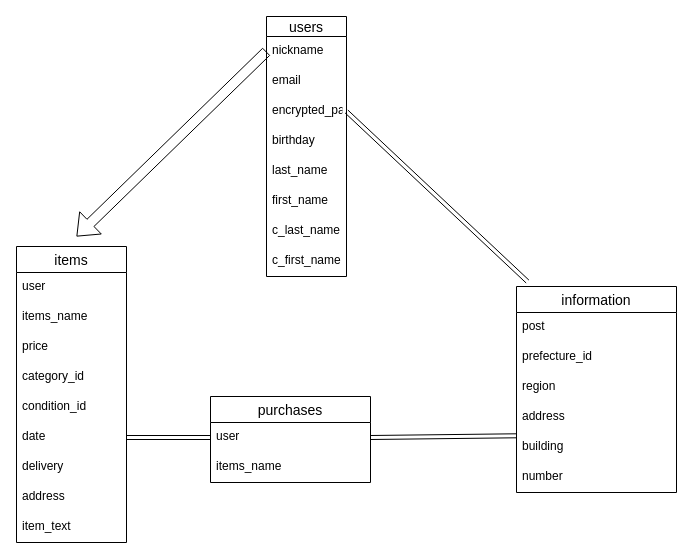
Above: a.dio in Haine15tot/furima-39498 (draw.io), before the change. Source tidied: cells renumbered, new cells numbered last; positions are measured from the earlier drawing's top-left corner, leaving out a move shared by most shapes. Both pictures are drawn from the tidied source at 100%, with x=0, y=0 at pixel (16, 16).
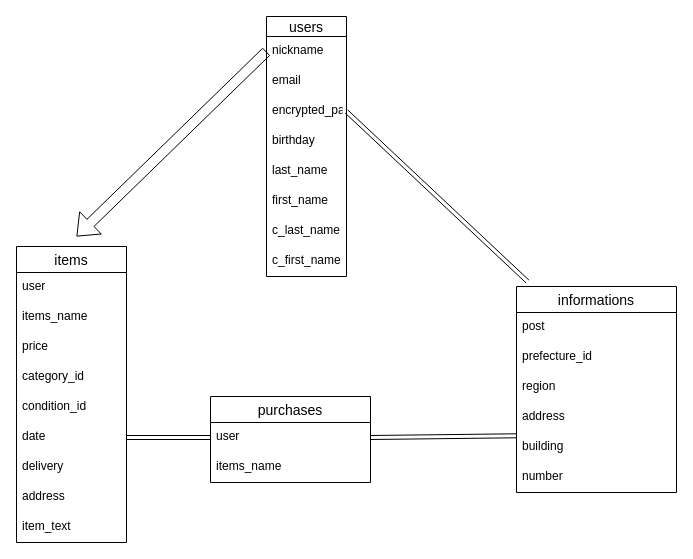
The same page after the edit.

Change to the diagram source:
```diff
@@
-    <mxCell id="21" value="information" style="swimlane;fontStyle=0;horizontal=1;startSize=26;align=center;fontSize=14;" parent="1" vertex="1">
+    <mxCell id="21" value="informations" style="swimlane;fontStyle=0;horizontal=1;startSize=26;align=center;fontSize=14;" parent="1" vertex="1">
       <mxGeometry x="500" y="270" width="160" height="206" as="geometry" />
     </mxCell>
```
